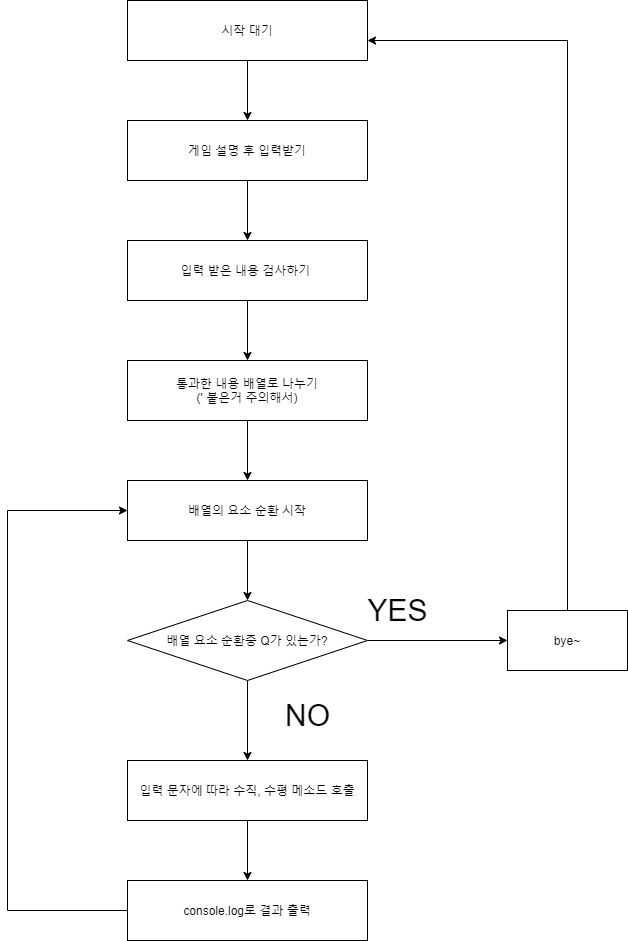
Above: img/before_step-2.png in codesqurd-master-DD/codeSquad-mastersCourse-1st_test (draw.io), before the change. Source tidied: cells renumbered, new cells last; positions are measured from the earlier drawing's top-left corner, leaving out a move shared by most shapes.
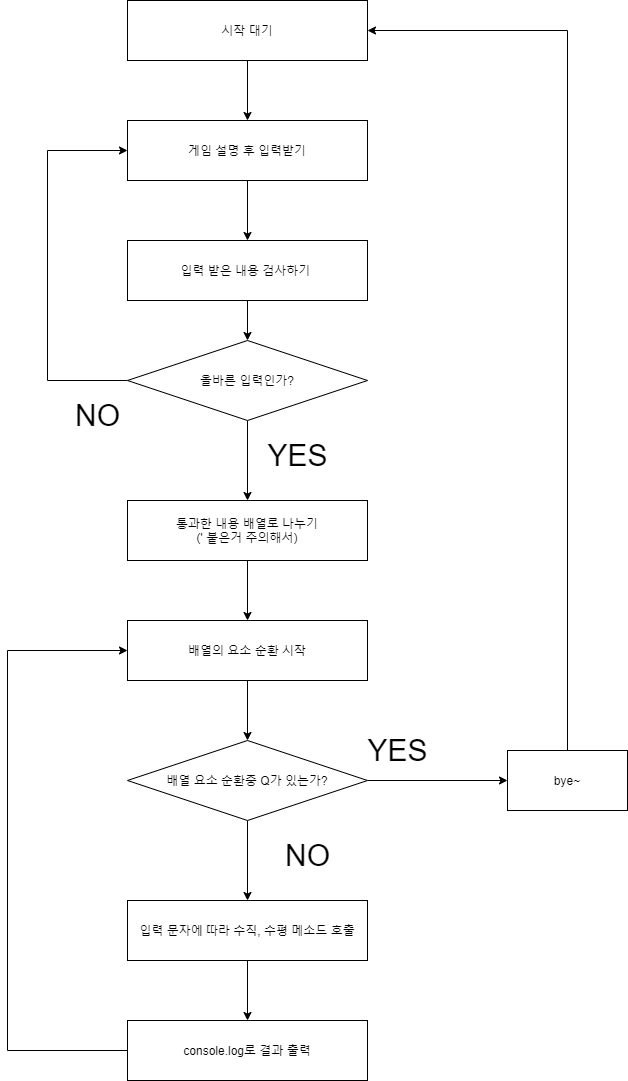
The same diagram one commit later.

Commit message:
Write startGame, inputText nodejs는 Non-blocking I/O이기 때문에, 파이썬처럼 간단하게 input()을 받을 수 없다. 해서 inputText()를 비동기 처리식으로 구현해놓고 사용해야 한다.

The edit, as a diff of the source:
```diff
@@ -6,13 +6,13 @@
       <mxGeometry relative="1" as="geometry" />
     </mxCell>
     <mxCell id="3" value="게임 설명 후 입력받기" style="rounded=0;whiteSpace=wrap;html=1;" parent="1" vertex="1">
-      <mxGeometry x="120" y="120" width="240" height="60" as="geometry" />
+      <mxGeometry x="120" y="-20" width="240" height="60" as="geometry" />
     </mxCell>
-    <mxCell id="4" style="edgeStyle=orthogonalEdgeStyle;rounded=0;jettySize=auto;html=1;" parent="1" edge="1" source="5" target="7">
-      <mxGeometry relative="1" as="geometry" />
-    </mxCell>
+    <mxCell id="23" style="edgeStyle=orthogonalEdgeStyle;rounded=0;jettySize=auto;html=1;" parent="1" edge="1" source="5" target="26">
+      <mxGeometry relative="1" as="geometry" />
+    </mxCell>
     <mxCell id="5" value="입력 받은 내용 검사하기&amp;nbsp;" style="rounded=0;whiteSpace=wrap;html=1;" parent="1" vertex="1">
-      <mxGeometry x="120" y="240" width="240" height="60" as="geometry" />
+      <mxGeometry x="120" y="100" width="240" height="60" as="geometry" />
     </mxCell>
     <mxCell id="6" style="edgeStyle=orthogonalEdgeStyle;rounded=0;jettySize=auto;html=1;" parent="1" edge="1" source="7" target="9">
       <mxGeometry relative="1" as="geometry" />
@@ -55,7 +55,7 @@
     <mxCell id="17" style="edgeStyle=orthogonalEdgeStyle;rounded=0;jettySize=auto;html=1;" parent="1" edge="1" source="18" target="22">
       <mxGeometry relative="1" as="geometry">
         <Array as="points">
-          <mxPoint x="560" y="40" />
+          <mxPoint x="560" y="-110" />
         </Array>
       </mxGeometry>
     </mxCell>
@@ -72,7 +72,27 @@
       <mxGeometry relative="1" as="geometry" />
     </mxCell>
     <mxCell id="22" value="시작 대기" style="rounded=0;whiteSpace=wrap;html=1;" parent="1" vertex="1">
-      <mxGeometry x="120" width="240" height="60" as="geometry" />
+      <mxGeometry x="120" y="-140" width="240" height="60" as="geometry" />
     </mxCell>
+    <mxCell id="24" style="edgeStyle=orthogonalEdgeStyle;rounded=0;jettySize=auto;html=1;entryX=0.5;entryY=0;entryDx=0;entryDy=0;" parent="1" edge="1" source="26" target="7">
+      <mxGeometry relative="1" as="geometry" />
+    </mxCell>
+    <mxCell id="25" style="edgeStyle=orthogonalEdgeStyle;rounded=0;jettySize=auto;html=1;entryX=0;entryY=0.5;entryDx=0;entryDy=0;" parent="1" edge="1" source="26" target="3">
+      <mxGeometry relative="1" as="geometry">
+        <Array as="points">
+          <mxPoint x="40" y="240" />
+          <mxPoint x="40" y="10" />
+        </Array>
+      </mxGeometry>
+    </mxCell>
+    <mxCell id="26" value="올바른 입력인가?" style="rhombus;whiteSpace=wrap;html=1;rounded=0;" parent="1" vertex="1">
+      <mxGeometry x="120" y="200" width="240" height="80" as="geometry" />
+    </mxCell>
+    <mxCell id="27" value="&lt;span style=&quot;font-size: 30px&quot;&gt;YES&lt;/span&gt;" style="text;html=1;align=center;verticalAlign=middle;" parent="1" vertex="1">
+      <mxGeometry x="250" y="300" width="80" height="30" as="geometry" />
+    </mxCell>
+    <mxCell id="28" value="&lt;font style=&quot;font-size: 30px&quot;&gt;NO&lt;/font&gt;" style="text;html=1;align=center;verticalAlign=middle;" parent="1" vertex="1">
+      <mxGeometry x="60" y="260" width="60" height="30" as="geometry" />
+    </mxCell>
   </root>
 </mxGraphModel>
```
